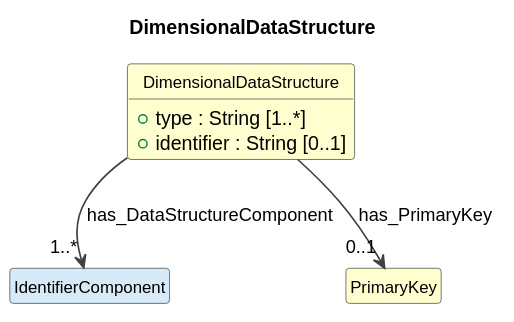
Before: cdif-uml-model/cdifDataStructure/Classes/DimensionalDataStructure.svg, a diagram exported from PlantUML (Cross-Domain-Interoperability-Framework/metadataBuildingBlocks).
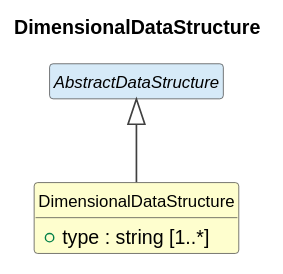
Above is the later version.

The edit, as a diff of the source:
```diff
@@ -11,14 +11,8 @@
 }
 
 class "DimensionalDataStructure" as DimensionalDataStructure #FEFECE {
-  +type : String [1..*]
-  +identifier : String [0..1]
+  +type : string [1..*]
 }
-
-class "IdentifierComponent" as IdentifierComponent #D6EAF8
-
-class "PrimaryKey" as PrimaryKey #FEFECE
-
-DimensionalDataStructure --> "1..*" IdentifierComponent : has_DataStructureComponent
-DimensionalDataStructure --> "0..1" PrimaryKey : has_PrimaryKey
+abstract class "AbstractDataStructure" as AbstractDataStructure #D6EAF8
+AbstractDataStructure <|-- DimensionalDataStructure
 @enduml
```
